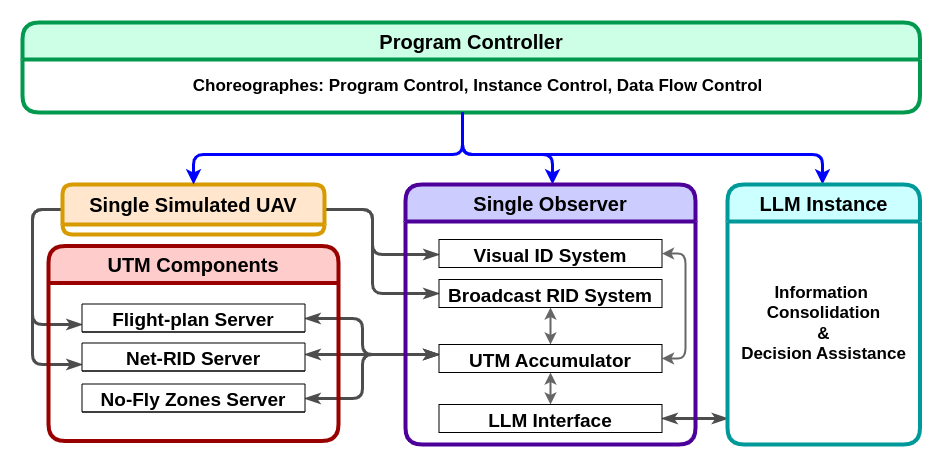
madatr/UTM-Diagrams keeps this draw.io diagram as GenZero/GenZero-Full_System.png. Above is the earlier version. Source tidied: cells renumbered, new cells last; positions are measured from the earlier drawing's top-left corner, leaving out a move shared by most shapes.
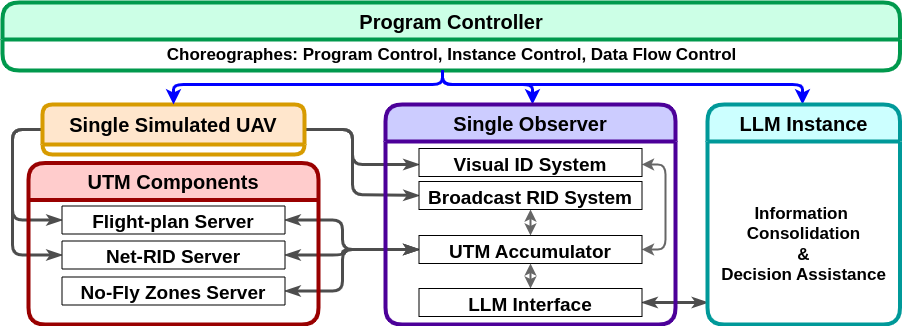
Later version of the same file.

Diff of the diagram source:
```diff
@@ -6,7 +6,7 @@
       <mxGeometry relative="1" as="geometry">
         <Array as="points">
           <mxPoint x="350" y="187" />
-          <mxPoint x="350" y="232" />
+          <mxPoint x="350" y="222" />
         </Array>
       </mxGeometry>
     </mxCell>
@@ -14,126 +14,132 @@
       <mxGeometry relative="1" as="geometry">
         <Array as="points">
           <mxPoint x="350" y="187" />
-          <mxPoint x="350" y="271" />
+          <mxPoint x="350" y="252" />
+          <mxPoint x="417" y="252" />
         </Array>
       </mxGeometry>
     </mxCell>
-    <mxCell id="4" style="edgeStyle=orthogonalEdgeStyle;rounded=1;jettySize=auto;html=1;strokeWidth=3;curved=0;endArrow=classicThin;endFill=1;jumpStyle=line;strokeColor=#4D4D4D;" parent="1" edge="1" source="6" target="24">
+    <mxCell id="4" style="edgeStyle=orthogonalEdgeStyle;rounded=1;jettySize=auto;html=1;strokeWidth=3;curved=0;endArrow=classicThin;endFill=1;jumpStyle=line;strokeColor=#4D4D4D;entryX=0;entryY=0.5;entryDx=0;entryDy=0;" parent="1" edge="1" source="6" target="24">
       <mxGeometry relative="1" as="geometry">
         <Array as="points">
           <mxPoint x="10" y="187" />
-          <mxPoint x="10" y="302" />
+          <mxPoint x="10" y="278" />
+          <mxPoint x="60" y="278" />
         </Array>
       </mxGeometry>
     </mxCell>
-    <mxCell id="5" style="edgeStyle=orthogonalEdgeStyle;rounded=1;jettySize=auto;html=1;strokeWidth=3;curved=0;endArrow=classicThin;endFill=1;jumpStyle=line;strokeColor=#4D4D4D;" parent="1" edge="1" source="6" target="25">
+    <mxCell id="5" style="edgeStyle=orthogonalEdgeStyle;rounded=1;jettySize=auto;html=1;strokeWidth=3;curved=0;endArrow=classicThin;endFill=1;jumpStyle=line;strokeColor=#4D4D4D;entryX=0;entryY=0.5;entryDx=0;entryDy=0;" parent="1" edge="1" source="6" target="25">
       <mxGeometry relative="1" as="geometry">
         <Array as="points">
           <mxPoint x="10" y="187" />
-          <mxPoint x="10" y="342" />
+          <mxPoint x="10" y="312" />
+          <mxPoint x="60" y="312" />
         </Array>
       </mxGeometry>
     </mxCell>
     <mxCell id="6" value="&lt;font style=&quot;font-size: 20px;&quot;&gt;Single Simulated UAV&lt;/font&gt;" style="swimlane;whiteSpace=wrap;html=1;rounded=1;fillColor=#ffe6cc;strokeColor=#D79B00;strokeWidth=4;perimeterSpacing=0;fillStyle=auto;startSize=40;fontSize=20;" parent="1" vertex="1" collapsed="1">
       <mxGeometry x="40" y="162" width="262" height="50" as="geometry" />
     </mxCell>
-    <mxCell id="7" style="edgeStyle=orthogonalEdgeStyle;rounded=1;jettySize=auto;html=1;strokeWidth=3;curved=0;endArrow=classicThin;endFill=1;startArrow=classicThin;startFill=1;jumpStyle=line;strokeColor=#4D4D4D;" parent="1" edge="1" source="27" target="21">
+    <mxCell id="7" style="edgeStyle=orthogonalEdgeStyle;rounded=1;jettySize=auto;html=1;strokeWidth=3;curved=0;endArrow=classicThin;endFill=1;startArrow=classicThin;startFill=1;jumpStyle=line;strokeColor=#4D4D4D;entryX=1;entryY=0.5;entryDx=0;entryDy=0;" parent="1" edge="1" source="27" target="21">
       <mxGeometry relative="1" as="geometry">
         <Array as="points">
-          <mxPoint x="690" y="396" />
-          <mxPoint x="690" y="396" />
+          <mxPoint x="700" y="360" />
+          <mxPoint x="700" y="360" />
         </Array>
       </mxGeometry>
     </mxCell>
     <mxCell id="8" value="&lt;span style=&quot;font-size: 20px; text-wrap: nowrap;&quot;&gt;Program Controller&lt;/span&gt;" style="swimlane;whiteSpace=wrap;html=1;rounded=1;fillColor=#CCFFE6;strokeColor=#00994D;strokeWidth=4;perimeterSpacing=0;fillStyle=auto;startSize=37;fontSize=20;" parent="1" vertex="1">
-      <mxGeometry width="897.5" height="90" as="geometry" />
+      <mxGeometry y="60" width="897.5" height="68" as="geometry" />
     </mxCell>
     <mxCell id="9" value="&lt;font style=&quot;font-size: 17px;&quot;&gt;Choreographes: Program Control, Instance Control, Data Flow Control&lt;/font&gt;" style="text;html=1;align=center;verticalAlign=middle;strokeColor=none;fillColor=none;fontSize=17;fontStyle=1;" parent="8" vertex="1">
-      <mxGeometry x="180" y="49" width="550" height="30" as="geometry" />
+      <mxGeometry x="173.8" y="38" width="550" height="30" as="geometry" />
     </mxCell>
-    <mxCell id="10" style="edgeStyle=orthogonalEdgeStyle;rounded=1;jettySize=auto;html=1;startArrow=classicThin;startFill=1;strokeWidth=3;curved=0;endArrow=classicThin;endFill=1;jumpStyle=line;strokeColor=#4D4D4D;" parent="1" edge="1" source="19" target="24">
+    <mxCell id="10" style="edgeStyle=orthogonalEdgeStyle;rounded=1;jettySize=auto;html=1;startArrow=classicThin;startFill=1;strokeWidth=3;curved=0;endArrow=classicThin;endFill=1;jumpStyle=line;strokeColor=#4D4D4D;exitX=0;exitY=0.5;exitDx=0;exitDy=0;entryX=1;entryY=0.5;entryDx=0;entryDy=0;" parent="1" edge="1" source="19" target="24">
       <mxGeometry relative="1" as="geometry">
         <Array as="points">
-          <mxPoint x="340" y="332" />
-          <mxPoint x="340" y="296" />
+          <mxPoint x="340" y="307" />
+          <mxPoint x="340" y="278" />
+          <mxPoint x="283" y="278" />
         </Array>
       </mxGeometry>
     </mxCell>
-    <mxCell id="11" style="edgeStyle=orthogonalEdgeStyle;rounded=1;jettySize=auto;html=1;startArrow=classicThin;startFill=1;strokeWidth=3;curved=0;endArrow=classicThin;endFill=1;jumpStyle=line;strokeColor=#4D4D4D;" parent="1" edge="1" source="19" target="25">
+    <mxCell id="11" style="edgeStyle=orthogonalEdgeStyle;rounded=1;jettySize=auto;html=1;startArrow=classicThin;startFill=1;strokeWidth=3;curved=0;endArrow=classicThin;endFill=1;jumpStyle=line;strokeColor=#4D4D4D;exitX=0;exitY=0.5;exitDx=0;exitDy=0;entryX=1;entryY=0.5;entryDx=0;entryDy=0;" parent="1" edge="1" source="19" target="25">
       <mxGeometry relative="1" as="geometry">
         <Array as="points">
-          <mxPoint x="310" y="332" />
-          <mxPoint x="310" y="332" />
+          <mxPoint x="340" y="307" />
+          <mxPoint x="340" y="312" />
+          <mxPoint x="283" y="312" />
         </Array>
       </mxGeometry>
     </mxCell>
-    <mxCell id="12" style="edgeStyle=orthogonalEdgeStyle;rounded=1;jettySize=auto;html=1;startArrow=classicThin;startFill=1;strokeWidth=3;curved=0;endArrow=classicThin;endFill=1;jumpStyle=line;strokeColor=#4D4D4D;" parent="1" edge="1" source="19" target="26">
+    <mxCell id="12" style="edgeStyle=orthogonalEdgeStyle;rounded=1;jettySize=auto;html=1;startArrow=classicThin;startFill=1;strokeWidth=3;curved=0;endArrow=classicThin;endFill=1;jumpStyle=line;strokeColor=#4D4D4D;exitX=0;exitY=0.5;exitDx=0;exitDy=0;entryX=1;entryY=0.5;entryDx=0;entryDy=0;" parent="1" edge="1" source="19" target="26">
       <mxGeometry relative="1" as="geometry">
         <Array as="points">
-          <mxPoint x="340" y="332" />
-          <mxPoint x="340" y="376" />
+          <mxPoint x="340" y="307" />
+          <mxPoint x="340" y="349" />
+          <mxPoint x="283" y="349" />
         </Array>
       </mxGeometry>
     </mxCell>
     <mxCell id="13" style="edgeStyle=orthogonalEdgeStyle;rounded=1;jettySize=auto;html=1;curved=0;jumpStyle=arc;strokeWidth=3;strokeColor=#0000FF;" parent="1" edge="1" source="8" target="15">
       <mxGeometry relative="1" as="geometry">
         <Array as="points">
-          <mxPoint x="440" y="132" />
-          <mxPoint x="530" y="132" />
+          <mxPoint x="440" y="142" />
+          <mxPoint x="530" y="142" />
         </Array>
       </mxGeometry>
     </mxCell>
     <mxCell id="14" style="edgeStyle=orthogonalEdgeStyle;rounded=1;jettySize=auto;html=1;curved=0;jumpStyle=arc;strokeWidth=3;strokeColor=#0000FF;" parent="1" edge="1" source="8" target="27">
       <mxGeometry relative="1" as="geometry">
         <Array as="points">
-          <mxPoint x="440" y="132" />
-          <mxPoint x="800" y="132" />
+          <mxPoint x="440" y="142" />
+          <mxPoint x="800" y="142" />
         </Array>
       </mxGeometry>
     </mxCell>
     <mxCell id="15" value="&lt;font style=&quot;font-size: 20px;&quot;&gt;Single Observer&lt;/font&gt;" style="swimlane;whiteSpace=wrap;html=1;rounded=1;fillColor=#CCCCFF;strokeColor=#4C0099;strokeWidth=4;perimeterSpacing=0;fillStyle=auto;startSize=37;fontSize=20;" parent="1" vertex="1">
-      <mxGeometry x="383" y="162" width="290" height="260" as="geometry" />
+      <mxGeometry x="383" y="162" width="290" height="220" as="geometry" />
     </mxCell>
-    <mxCell id="16" style="edgeStyle=orthogonalEdgeStyle;rounded=1;jettySize=auto;html=1;entryX=1;entryY=0.5;entryDx=0;entryDy=0;strokeColor=#666666;strokeWidth=2;align=center;verticalAlign=middle;fontFamily=Helvetica;fontSize=11;fontColor=default;labelBackgroundColor=default;startArrow=classic;startFill=1;endArrow=classic;curved=0;" parent="15" edge="1" source="17" target="19">
+    <mxCell id="16" style="edgeStyle=orthogonalEdgeStyle;rounded=1;jettySize=auto;html=1;strokeColor=#666666;strokeWidth=2;align=center;verticalAlign=middle;fontFamily=Helvetica;fontSize=11;fontColor=default;labelBackgroundColor=default;startArrow=classic;startFill=1;endArrow=classic;curved=0;" parent="15" edge="1" source="17" target="19">
       <mxGeometry relative="1" as="geometry">
         <Array as="points">
-          <mxPoint x="280" y="69" />
-          <mxPoint x="280" y="174" />
+          <mxPoint x="280" y="60" />
+          <mxPoint x="280" y="145" />
         </Array>
       </mxGeometry>
     </mxCell>
     <mxCell id="17" value="Visual ID System" style="swimlane;fontSize=19;rounded=1;startSize=28;" parent="15" vertex="1">
-      <mxGeometry x="33.5" y="55" width="223" height="28" as="geometry" />
+      <mxGeometry x="33.5" y="44" width="223" height="28" as="geometry" />
     </mxCell>
     <mxCell id="18" style="edgeStyle=orthogonalEdgeStyle;rounded=1;jettySize=auto;html=1;startArrow=classic;startFill=1;strokeWidth=2;curved=0;strokeColor=#666666;" parent="15" edge="1" source="19" target="22">
       <mxGeometry relative="1" as="geometry" />
     </mxCell>
     <mxCell id="19" value="UTM Accumulator" style="swimlane;fontSize=19;rounded=1;startSize=28;" parent="15" vertex="1">
-      <mxGeometry x="33.5" y="160" width="223" height="28" as="geometry" />
+      <mxGeometry x="33.5" y="131" width="223" height="28" as="geometry" />
     </mxCell>
     <mxCell id="20" style="edgeStyle=orthogonalEdgeStyle;rounded=1;jettySize=auto;html=1;strokeWidth=2;startArrow=classic;startFill=1;strokeColor=#666666;curved=0;" parent="15" edge="1" source="21" target="19">
       <mxGeometry relative="1" as="geometry" />
     </mxCell>
     <mxCell id="21" value="LLM Interface" style="swimlane;fontSize=19;rounded=1;startSize=28;" parent="15" vertex="1">
-      <mxGeometry x="33.5" y="220" width="223" height="28" as="geometry" />
+      <mxGeometry x="33.5" y="184" width="223" height="28" as="geometry" />
     </mxCell>
     <mxCell id="22" value="Broadcast RID System" style="swimlane;fontSize=19;rounded=1;startSize=28;" parent="15" vertex="1">
-      <mxGeometry x="33.5" y="95" width="223" height="28" as="geometry" />
+      <mxGeometry x="33.5" y="77" width="223" height="28" as="geometry" />
     </mxCell>
     <mxCell id="23" value="&lt;span style=&quot;font-size: 20px; text-wrap: nowrap;&quot;&gt;UTM Components&lt;/span&gt;" style="swimlane;whiteSpace=wrap;html=1;rounded=1;fillColor=#FFCCCC;strokeColor=#990000;strokeWidth=4;perimeterSpacing=0;fillStyle=auto;startSize=37;fontSize=20;" parent="1" vertex="1">
-      <mxGeometry x="26" y="223.5" width="290" height="195" as="geometry" />
+      <mxGeometry x="26" y="220.5" width="290" height="161.5" as="geometry" />
     </mxCell>
     <mxCell id="24" value="Flight-plan Server" style="swimlane;fontSize=19;rounded=1;startSize=28;" parent="23" vertex="1" collapsed="1">
-      <mxGeometry x="33.5" y="58" width="223" height="28" as="geometry" />
+      <mxGeometry x="33.5" y="43" width="223" height="28" as="geometry" />
     </mxCell>
     <mxCell id="25" value="Net-RID Server" style="swimlane;fontSize=19;rounded=1;startSize=28;" parent="23" vertex="1" collapsed="1">
-      <mxGeometry x="33.5" y="97" width="223" height="28" as="geometry" />
+      <mxGeometry x="33.5" y="78" width="223" height="28" as="geometry" />
     </mxCell>
     <mxCell id="26" value="No-Fly Zones Server" style="swimlane;fontSize=19;rounded=1;startSize=28;" parent="23" vertex="1" collapsed="1">
-      <mxGeometry x="33.5" y="138" width="223" height="28" as="geometry" />
+      <mxGeometry x="33.5" y="114" width="223" height="28" as="geometry" />
     </mxCell>
     <mxCell id="27" value="&lt;span style=&quot;font-size: 20px; text-wrap: nowrap;&quot;&gt;LLM Instance&lt;/span&gt;" style="swimlane;whiteSpace=wrap;html=1;rounded=1;fillColor=#CCFFFF;strokeColor=#009999;strokeWidth=4;perimeterSpacing=0;fillStyle=auto;startSize=37;fontSize=20;" parent="1" vertex="1">
-      <mxGeometry x="705" y="162" width="192.5" height="260" as="geometry" />
+      <mxGeometry x="705" y="162" width="192.5" height="220" as="geometry" />
     </mxCell>
     <mxCell id="28" value="&lt;div style=&quot;font-size: 17px;&quot;&gt;&lt;font style=&quot;font-size: 17px;&quot;&gt;&lt;b&gt;Information&amp;nbsp;&lt;/b&gt;&lt;/font&gt;&lt;/div&gt;&lt;div style=&quot;font-size: 17px;&quot;&gt;&lt;font style=&quot;font-size: 17px;&quot;&gt;&lt;b&gt;Consolidation&lt;br&gt;&lt;/b&gt;&lt;/font&gt;&lt;/div&gt;&lt;div style=&quot;font-size: 17px;&quot;&gt;&lt;font style=&quot;font-size: 17px;&quot;&gt;&lt;b&gt;&amp;amp;&lt;/b&gt;&lt;/font&gt;&lt;/div&gt;&lt;font style=&quot;font-size: 17px;&quot;&gt;&lt;b&gt;Decision Assistance&lt;/b&gt;&lt;/font&gt;" style="text;html=1;align=center;verticalAlign=middle;strokeColor=none;fillColor=none;" parent="27" vertex="1">
       <mxGeometry x="1.2" y="89.5" width="190" height="100" as="geometry" />
@@ -141,8 +147,8 @@
     <mxCell id="29" style="edgeStyle=orthogonalEdgeStyle;rounded=1;jettySize=auto;html=1;curved=0;jumpStyle=arc;strokeWidth=3;strokeColor=#0000FF;" parent="1" edge="1" source="8" target="6">
       <mxGeometry relative="1" as="geometry">
         <Array as="points">
-          <mxPoint x="440" y="132" />
-          <mxPoint x="171" y="132" />
+          <mxPoint x="440" y="142" />
+          <mxPoint x="171" y="142" />
         </Array>
       </mxGeometry>
     </mxCell>
```
